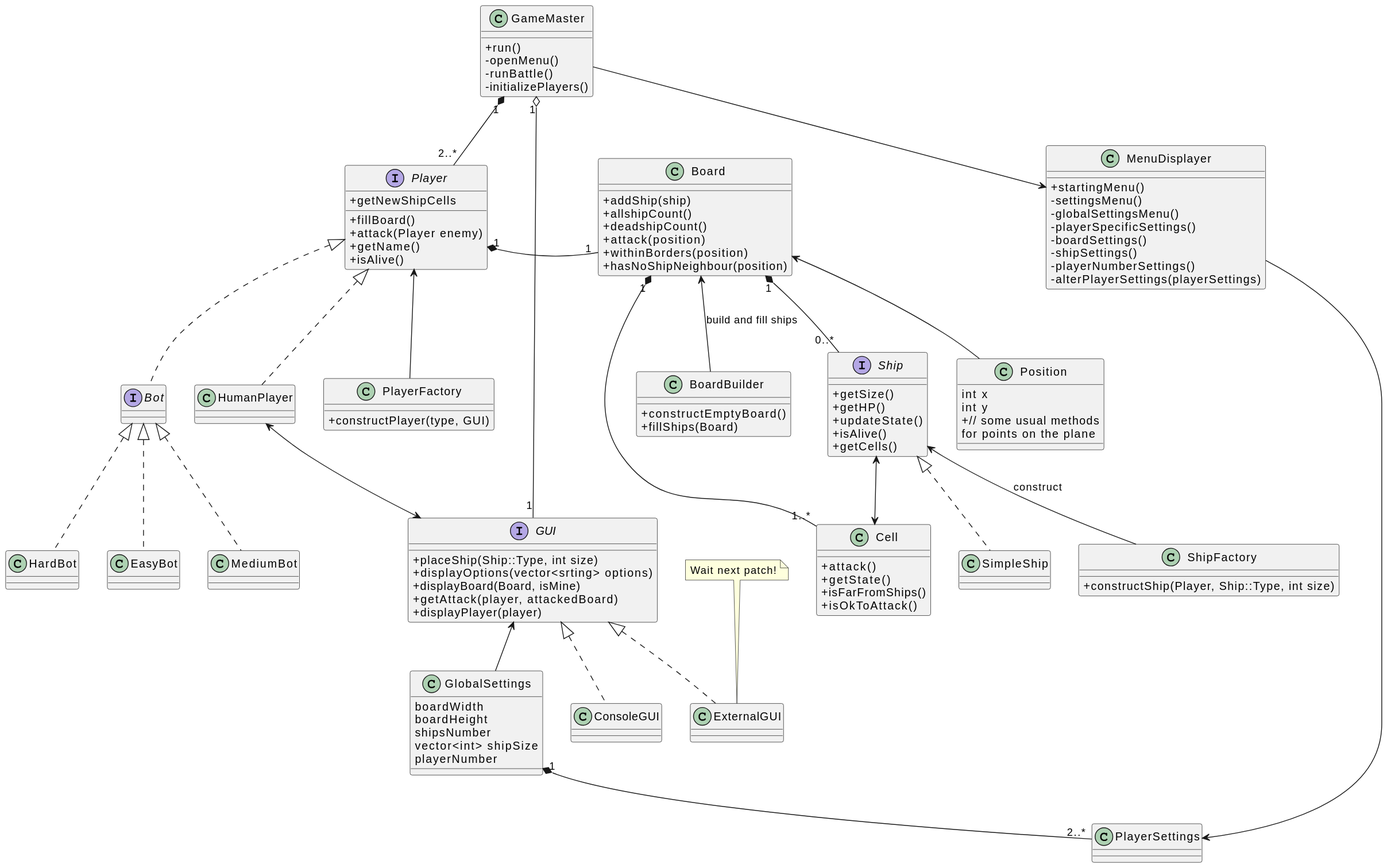
Above: ClassDiagram.svg in Fas0u1er/ATP_incident (PlantUML), before the change.
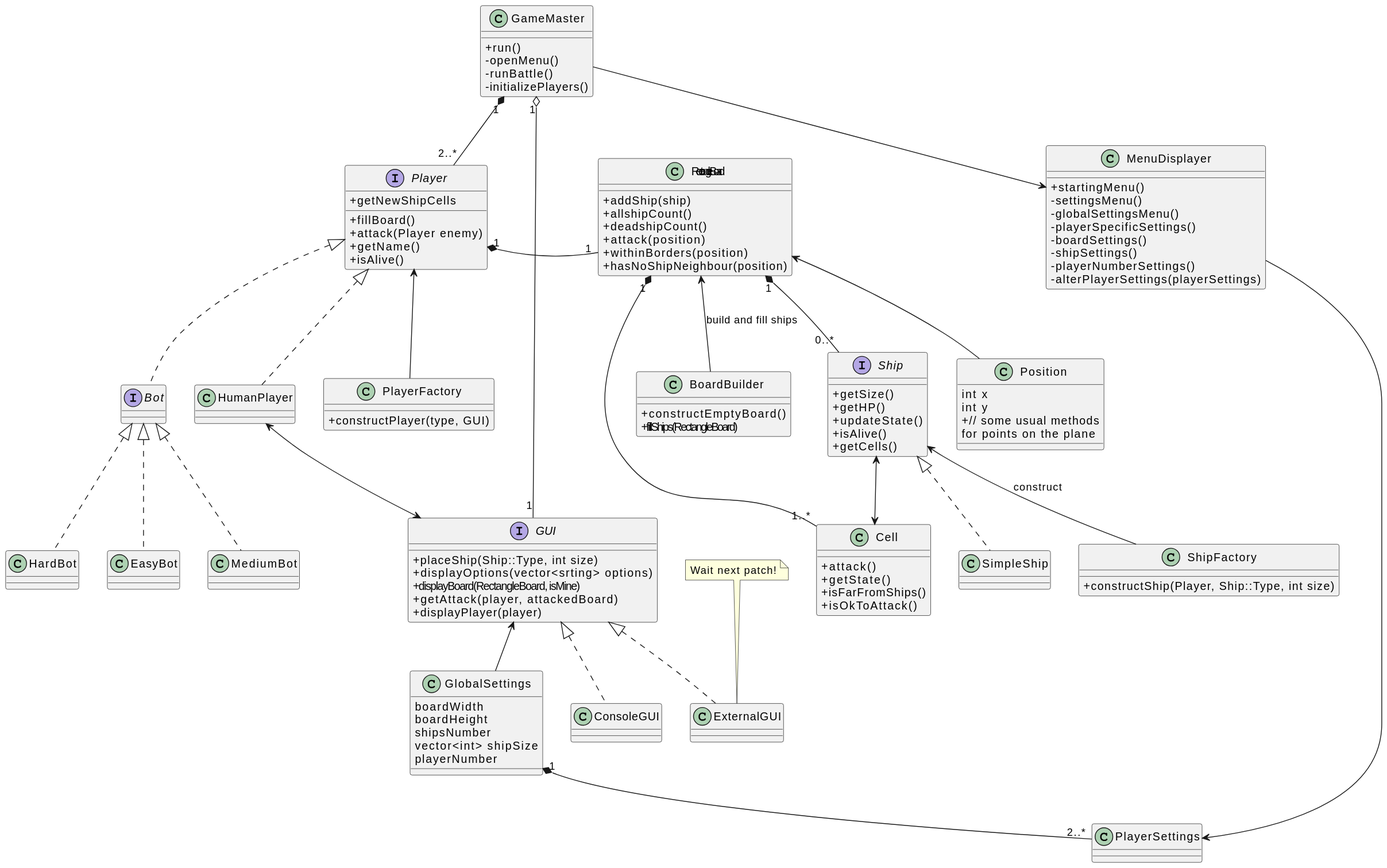
After the change.

What changed in the source:
```diff
@@ -25,7 +25,7 @@
 +getName()
 +isAlive()
 }
-class Board {
+class RectangleBoard {
 +addShip(ship)
 +allshipCount()
 +deadshipCount()
@@ -37,7 +37,7 @@
 interface GUI {
 +placeShip(Ship::Type, int size)
 +displayOptions(vector<srting> options)
-+displayBoard(Board, isMine)
++displayBoard(RectangleBoard, isMine)
 +getAttack(player, attackedBoard)
 +displayPlayer(player)
 }
@@ -92,7 +92,7 @@
 }
 class BoardBuilder{
 +constructEmptyBoard()
-+fillShips(Board)
++fillShips(RectangleBoard)
 }
 class ShipFactory {
 +constructShip(Player, Ship::Type, int size)
@@ -109,12 +109,12 @@
 Bot <|.. MediumBot
 Bot <|.. HardBot
 Ship <|.. SimpleShip
-Player "1" *-- "1" Board
-Board "1" *-- "1..*" Cell
-Board "1" *-- "0..*" Ship
+Player "1" *-- "1" RectangleBoard
+RectangleBoard "1" *-- "1..*" Cell
+RectangleBoard "1" *-- "0..*" Ship
 GlobalSettings "1" *-- "2..*" PlayerSettings
-Board <-- Position
-Board <-- BoardBuilder : build and fill ships
+RectangleBoard <-- Position
+RectangleBoard <-- BoardBuilder : build and fill ships
 GUI <-- GlobalSettings
 
 Player <-- PlayerFactory
@@ -124,5 +124,5 @@
 GameMaster --> MenuDisplayer
 MenuDisplayer --> PlayerSettings
 
-Player -[hidden]> Board
+Player -[hidden]> RectangleBoard
 @enduml
```
